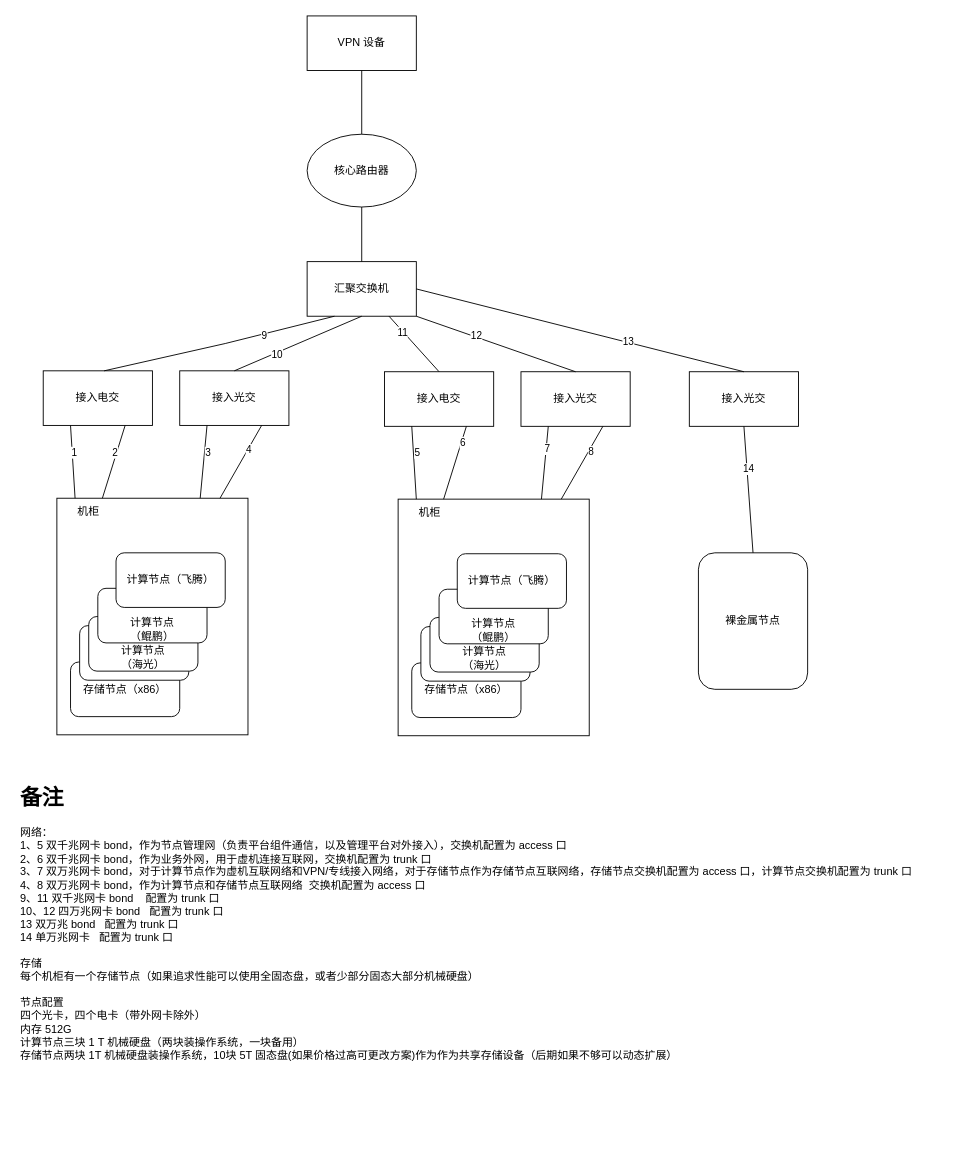
Before: Untitled Diagram.drawio in jeffyjf/drawio, a draw.io diagram. Source tidied: cells renumbered, new cells numbered last; positions are measured from the earlier drawing's top-left corner, leaving out a move shared by most shapes. Both pictures are drawn from the tidied source at 91%, with x=0, y=0 at pixel (15, 15).
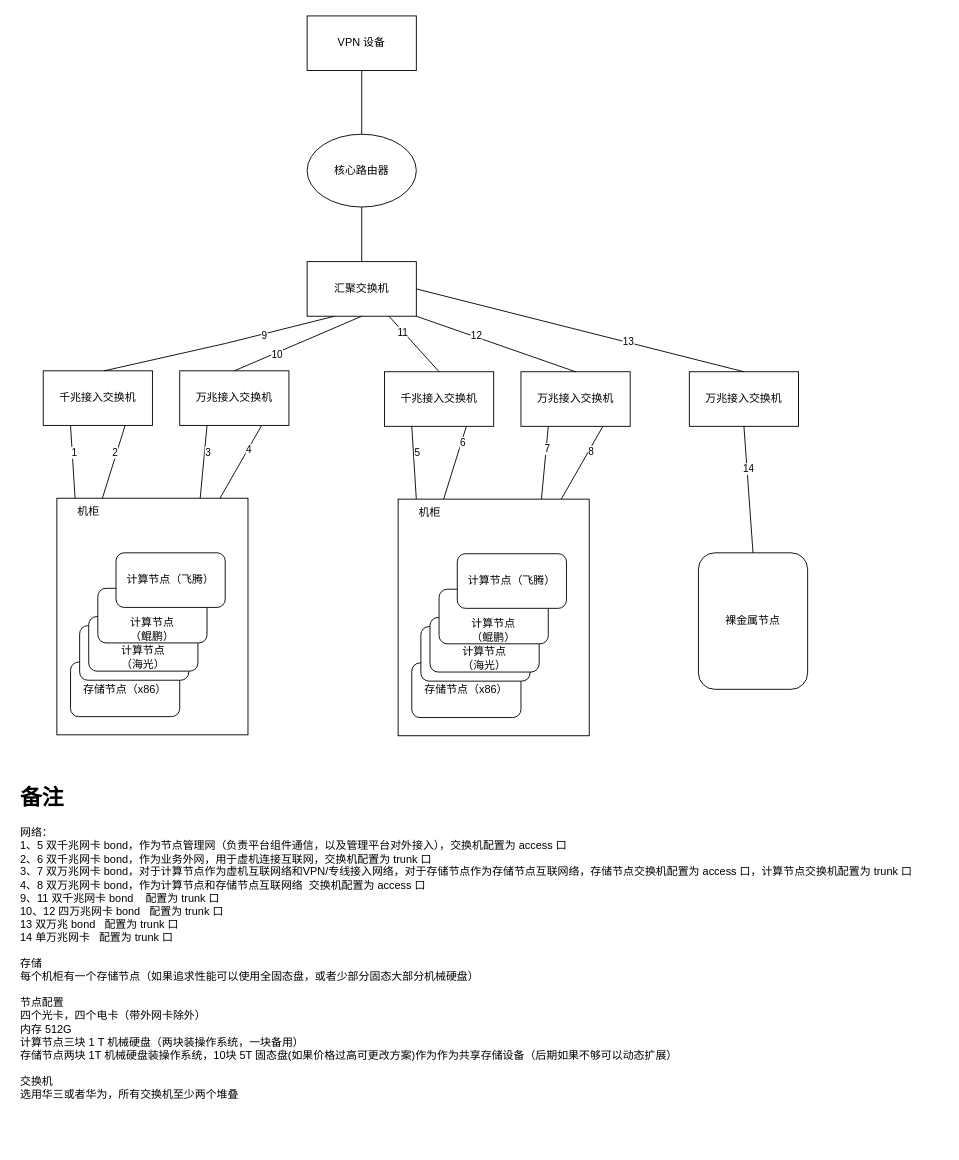
The same diagram, later.

Change to the diagram source:
```diff
@@
-    <mxCell id="11" value="接入光交" style="rounded=0;whiteSpace=wrap;html=1;" parent="1" vertex="1">
+    <mxCell id="11" value="万兆接入交换机" style="rounded=0;whiteSpace=wrap;html=1;" parent="1" vertex="1">
       <mxGeometry x="180" y="390" width="120" height="60" as="geometry" />
     </mxCell>
@@
-    <mxCell id="13" value="接入电交" style="rounded=0;whiteSpace=wrap;html=1;" parent="1" vertex="1">
+    <mxCell id="13" value="千兆接入交换机" style="rounded=0;whiteSpace=wrap;html=1;" parent="1" vertex="1">
       <mxGeometry x="30" y="390" width="120" height="60" as="geometry" />
     </mxCell>
@@
-    <mxCell id="33" value="接入光交" style="rounded=0;whiteSpace=wrap;html=1;" parent="1" vertex="1">
+    <mxCell id="33" value="万兆接入交换机" style="rounded=0;whiteSpace=wrap;html=1;" parent="1" vertex="1">
       <mxGeometry x="555" y="391" width="120" height="60" as="geometry" />
     </mxCell>
-    <mxCell id="34" value="接入电交" style="rounded=0;whiteSpace=wrap;html=1;" parent="1" vertex="1">
+    <mxCell id="34" value="千兆接入交换机" style="rounded=0;whiteSpace=wrap;html=1;" parent="1" vertex="1">
       <mxGeometry x="405" y="391" width="120" height="60" as="geometry" />
     </mxCell>
@@
-    <mxCell id="53" value="&lt;h1&gt;&lt;span style=&quot;background-color: initial;&quot;&gt;备注&lt;/span&gt;&lt;br&gt;&lt;/h1&gt;&lt;div&gt;网络：&lt;/div&gt;&lt;div&gt;1、5 双千兆网卡 bond，作为节点管理网（负责平台组件通信，以及管理平台对外接入），交换机配置为 access 口&lt;/div&gt;&lt;div&gt;2、6 双千兆网卡 bond，作为业务外网，用于虚机连接互联网，交换机配置为 trunk 口&lt;/div&gt;&lt;div&gt;3、7 双万兆网卡 bond，对于计算节点作为虚机互联网络和VPN/专线接入网络，对于存储节点作为存储节点互联网络，存储节点交换机配置为 access 口，计算节点交换机配置为 trunk 口&lt;/div&gt;&lt;div&gt;4、8 双万兆网卡 bond，作为计算节点和存储节点互联网络&amp;nbsp; 交换机配置为 access 口&lt;/div&gt;&lt;div&gt;9、11 双千兆网卡 bond&amp;nbsp; &amp;nbsp; 配置为 trunk 口&lt;/div&gt;&lt;div&gt;10、12 四万兆网卡 bond&amp;nbsp; &amp;nbsp;配置为 trunk 口&lt;/div&gt;&lt;div&gt;13 双万兆 bond&amp;nbsp; &amp;nbsp;配置为 trunk 口&lt;/div&gt;&lt;div&gt;14 单万兆网卡&amp;nbsp; &amp;nbsp;配置为 trunk 口&lt;/div&gt;&lt;div&gt;&lt;br&gt;&lt;/div&gt;&lt;div&gt;存储&lt;/div&gt;&lt;div&gt;每个机柜有一个存储节点（如果追求性能可以使用全固态盘，或者少部分固态大部分机械硬盘）&lt;/div&gt;&lt;div&gt;&lt;br&gt;&lt;/div&gt;&lt;div&gt;节点配置&lt;/div&gt;&lt;div&gt;四个光卡，四个电卡（带外网卡除外）&lt;/div&gt;&lt;div&gt;内存 512G&lt;/div&gt;&lt;div&gt;计算节点三块 1 T 机械硬盘（两块装操作系统，一块备用）&lt;/div&gt;&lt;div&gt;存储节点两块 1T 机械硬盘装操作系统，10块 5T 固态盘(如果价格过高可更改方案)作为作为共享存储设备（后期如果不够可以动态扩展）&lt;/div&gt;" style="text;html=1;strokeColor=none;fillColor=none;spacing=5;spacingTop=-20;whiteSpace=wrap;overflow=hidden;rounded=0;" parent="1" vertex="1">
-      <mxGeometry y="840" width="1020" height="320" as="geometry" />
+    <mxCell id="53" value="&lt;h1&gt;&lt;span style=&quot;background-color: initial;&quot;&gt;备注&lt;/span&gt;&lt;br&gt;&lt;/h1&gt;&lt;div&gt;网络：&lt;/div&gt;&lt;div&gt;1、5 双千兆网卡 bond，作为节点管理网（负责平台组件通信，以及管理平台对外接入），交换机配置为 access 口&lt;/div&gt;&lt;div&gt;2、6 双千兆网卡 bond，作为业务外网，用于虚机连接互联网，交换机配置为 trunk 口&lt;/div&gt;&lt;div&gt;3、7 双万兆网卡 bond，对于计算节点作为虚机互联网络和VPN/专线接入网络，对于存储节点作为存储节点互联网络，存储节点交换机配置为 access 口，计算节点交换机配置为 trunk 口&lt;/div&gt;&lt;div&gt;4、8 双万兆网卡 bond，作为计算节点和存储节点互联网络&amp;nbsp; 交换机配置为 access 口&lt;/div&gt;&lt;div&gt;9、11 双千兆网卡 bond&amp;nbsp; &amp;nbsp; 配置为 trunk 口&lt;/div&gt;&lt;div&gt;10、12 四万兆网卡 bond&amp;nbsp; &amp;nbsp;配置为 trunk 口&lt;/div&gt;&lt;div&gt;13 双万兆 bond&amp;nbsp; &amp;nbsp;配置为 trunk 口&lt;/div&gt;&lt;div&gt;14 单万兆网卡&amp;nbsp; &amp;nbsp;配置为 trunk 口&lt;/div&gt;&lt;div&gt;&lt;br&gt;&lt;/div&gt;&lt;div&gt;存储&lt;/div&gt;&lt;div&gt;每个机柜有一个存储节点（如果追求性能可以使用全固态盘，或者少部分固态大部分机械硬盘）&lt;/div&gt;&lt;div&gt;&lt;br&gt;&lt;/div&gt;&lt;div&gt;节点配置&lt;/div&gt;&lt;div&gt;四个光卡，四个电卡（带外网卡除外）&lt;/div&gt;&lt;div&gt;内存 512G&lt;/div&gt;&lt;div&gt;计算节点三块 1 T 机械硬盘（两块装操作系统，一块备用）&lt;/div&gt;&lt;div&gt;存储节点两块 1T 机械硬盘装操作系统，10块 5T 固态盘(如果价格过高可更改方案)作为作为共享存储设备（后期如果不够可以动态扩展）&lt;/div&gt;&lt;div&gt;&lt;br&gt;&lt;/div&gt;&lt;div&gt;交换机&lt;/div&gt;&lt;div&gt;选用华三或者华为，所有交换机至少两个堆叠&lt;/div&gt;&lt;div&gt;&lt;br&gt;&lt;/div&gt;" style="text;html=1;strokeColor=none;fillColor=none;spacing=5;spacingTop=-20;whiteSpace=wrap;overflow=hidden;rounded=0;" parent="1" vertex="1">
+      <mxGeometry y="840" width="1020" height="400" as="geometry" />
     </mxCell>
-    <mxCell id="54" value="接入光交" style="rounded=0;whiteSpace=wrap;html=1;" parent="1" vertex="1">
+    <mxCell id="54" value="万兆接入交换机" style="rounded=0;whiteSpace=wrap;html=1;" parent="1" vertex="1">
       <mxGeometry x="740" y="391" width="120" height="60" as="geometry" />
     </mxCell>
```
